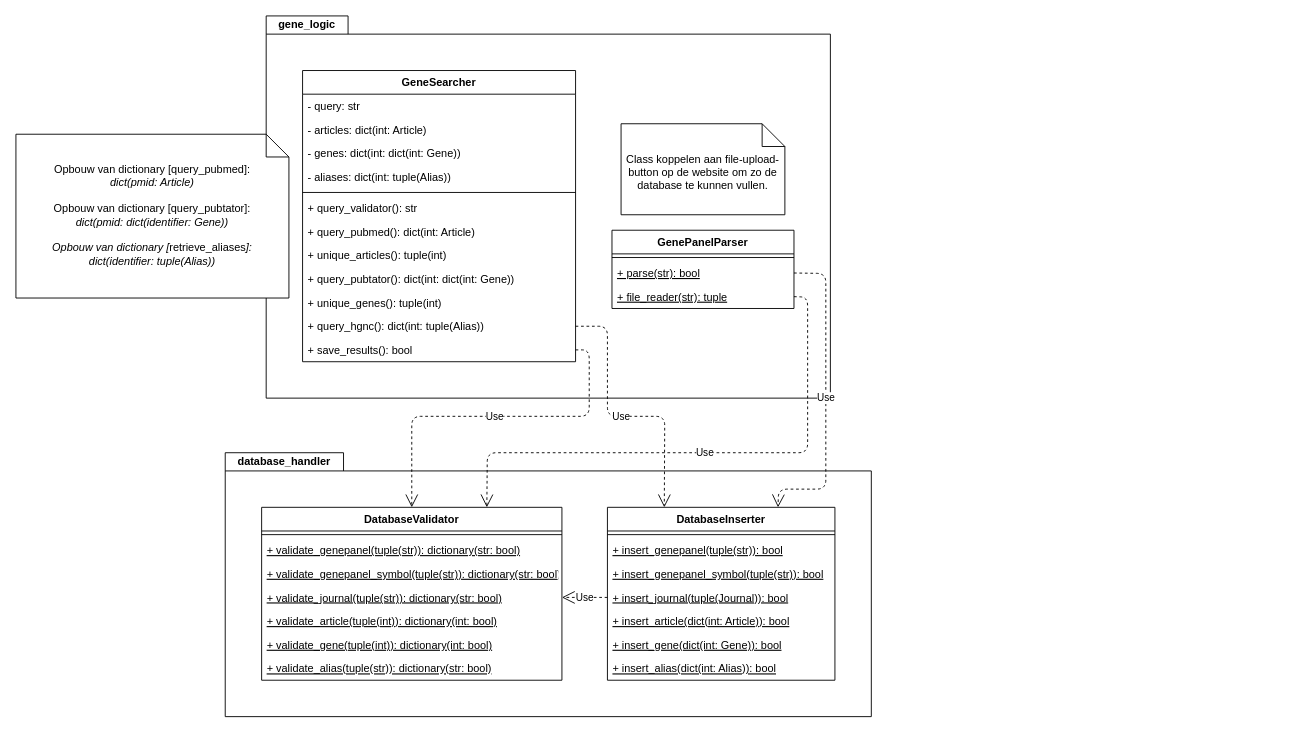
Before: UML class diagram.drawio in MaxNollet/j2_blk4_eindopdracht_flask, a draw.io diagram. Source tidied: cells renumbered, new cells numbered last; positions are measured from the earlier drawing's top-left corner, leaving out a move shared by most shapes. Both pictures are drawn from the tidied source at 91%, with x=0, y=0 at pixel (15, 15).
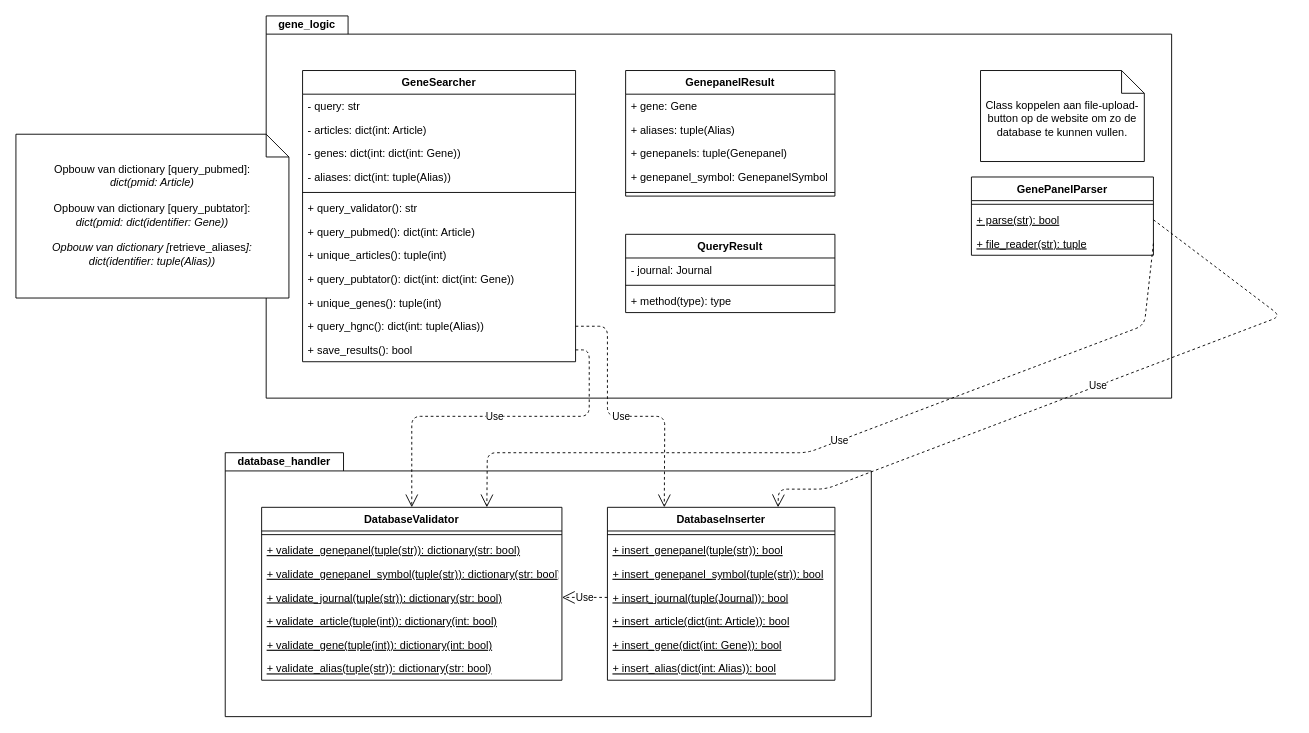
The same page after the edit.

Commit message:
Extra classes toegevoegd

Unchanged cells that the change refers to:
```xml
<mxCell id="4" value="DatabaseValidator" style="swimlane;fontStyle=1;align=center;verticalAlign=top;horizontal=1;startSize=26;" parent="2" vertex="1">
  <mxGeometry x="40" y="60" width="330" height="190" as="geometry" />
</mxCell>
<mxCell id="12" value="DatabaseInserter" style="swimlane;fontStyle=1;align=center;verticalAlign=top;horizontal=1;startSize=26;" parent="2" vertex="1">
  <mxGeometry x="420" y="60" width="250" height="190" as="geometry" />
</mxCell>
<mxCell id="35" value="+ query_hgnc(): dict(int: tuple(Alias))" style="text;strokeColor=none;fillColor=none;align=left;verticalAlign=top;spacingLeft=4;spacingRight=4;overflow=hidden;points=[[0,0.5],[1,0.5]];portConstraint=eastwest;fontStyle=0;" parent="24" vertex="1">
  <mxGeometry y="268" width="300" height="26" as="geometry" />
</mxCell>
<mxCell id="36" value="+ save_results(): bool" style="text;strokeColor=none;fillColor=none;align=left;verticalAlign=top;spacingLeft=4;spacingRight=4;overflow=hidden;points=[[0,0.5],[1,0.5]];portConstraint=eastwest;" parent="24" vertex="1">
  <mxGeometry y="294" width="300" height="26" as="geometry" />
</mxCell>
<mxCell id="41" value="+ parse(str): bool" style="text;strokeColor=none;fillColor=none;align=left;verticalAlign=top;spacingLeft=4;spacingRight=4;overflow=hidden;points=[[0,0.5],[1,0.5]];portConstraint=eastwest;fontStyle=4;" parent="39" vertex="1">
  <mxGeometry y="34" width="200" height="26" as="geometry" />
</mxCell>
<mxCell id="42" value="+ file_reader(str): tuple" style="text;strokeColor=none;fillColor=none;align=left;verticalAlign=top;spacingLeft=4;spacingRight=4;overflow=hidden;points=[[0,0.5],[1,0.5]];portConstraint=eastwest;fontStyle=4;" parent="39" vertex="1">
  <mxGeometry y="60" width="200" height="26" as="geometry" />
</mxCell>
```

Diff of the diagram source:
```diff
@@
+    <mxCell id="23" style="shape=folder;fontStyle=1;spacingTop=10;tabWidth=90;tabHeight=20;tabPosition=left;html=1;" parent="1" vertex="1">
+      <mxGeometry x="275" width="995" height="420" as="geometry" />
+    </mxCell>
@@
-    <mxCell id="22" style="group;" parent="1" vertex="1">
-      <mxGeometry x="275" width="620" height="420" as="geometry" />
-    </mxCell>
-    <mxCell id="23" style="shape=folder;fontStyle=1;spacingTop=10;tabWidth=90;tabHeight=20;tabPosition=left;html=1;" parent="22" vertex="1">
-      <mxGeometry width="620" height="420" as="geometry" />
-    </mxCell>
+    <mxCell id="44" value="Opbouw van dictionary [query_pubmed]:&lt;br&gt;&lt;i&gt;dict(pmid: Article)&lt;/i&gt;&lt;br&gt;&lt;br&gt;Opbouw van dictionary [query_pubtator]:&lt;br&gt;&lt;i&gt;dict(pmid: dict(identifier: Gene))&lt;br&gt;&lt;br&gt;Opbouw van dictionary [&lt;/i&gt;&lt;span style=&quot;text-align: left&quot;&gt;retrieve_aliases&lt;/span&gt;&lt;i&gt;]:&lt;br&gt;dict(identifier: tuple(Alias))&lt;br&gt;&lt;/i&gt;" style="shape=note2;boundedLbl=1;whiteSpace=wrap;html=1;size=25;verticalAlign=top;align=center;" parent="1" vertex="1">
+      <mxGeometry y="130" width="300" height="180" as="geometry" />
+    </mxCell>
+    <mxCell id="45" value="Use" style="endArrow=open;endSize=12;dashed=1;html=1;exitX=1;exitY=0.5;exitDx=0;exitDy=0;entryX=0.5;entryY=0;entryDx=0;entryDy=0;" parent="1" edge="1" source="36" target="4">
+      <mxGeometry relative="1" as="geometry">
+        <Array as="points">
+          <mxPoint x="630" y="367" />
+          <mxPoint x="630" y="440" />
+          <mxPoint x="435" y="440" />
+        </Array>
+      </mxGeometry>
+    </mxCell>
+    <mxCell id="46" value="Use" style="endArrow=open;endSize=12;dashed=1;html=1;exitX=1;exitY=0.5;exitDx=0;exitDy=0;entryX=0.25;entryY=0;entryDx=0;entryDy=0;" parent="1" edge="1" source="35" target="12">
+      <mxGeometry relative="1" as="geometry">
+        <Array as="points">
+          <mxPoint x="650" y="341" />
+          <mxPoint x="650" y="440" />
+          <mxPoint x="713" y="440" />
+        </Array>
+      </mxGeometry>
+    </mxCell>
+    <mxCell id="47" value="Use" style="endArrow=open;endSize=12;dashed=1;html=1;exitX=1;exitY=0.5;exitDx=0;exitDy=0;entryX=0.75;entryY=0;entryDx=0;entryDy=0;" parent="1" edge="1" source="42" target="4">
+      <mxGeometry relative="1" as="geometry">
+        <Array as="points">
+          <mxPoint x="1240" y="340" />
+          <mxPoint x="870" y="480" />
+          <mxPoint x="518" y="480" />
+        </Array>
+      </mxGeometry>
+    </mxCell>
+    <mxCell id="48" value="Use" style="endArrow=open;endSize=12;dashed=1;html=1;exitX=1;exitY=0.5;exitDx=0;exitDy=0;entryX=0.75;entryY=0;entryDx=0;entryDy=0;" parent="1" edge="1" source="41" target="12">
+      <mxGeometry relative="1" as="geometry">
+        <Array as="points">
+          <mxPoint x="1390" y="330" />
+          <mxPoint x="890" y="520" />
+          <mxPoint x="838" y="520" />
+        </Array>
+      </mxGeometry>
+    </mxCell>
-    <mxCell id="24" value="GeneSearcher" style="swimlane;fontStyle=1;align=center;verticalAlign=top;horizontal=1;startSize=26;" parent="22" vertex="1">
-      <mxGeometry x="40" y="60" width="300" height="320" as="geometry" />
+    <mxCell id="24" value="GeneSearcher" style="swimlane;fontStyle=1;align=center;verticalAlign=top;horizontal=1;startSize=26;" parent="1" vertex="1">
+      <mxGeometry x="315" y="60" width="300" height="320" as="geometry" />
     </mxCell>
@@
-    <mxCell id="37" value="gene_logic" style="text;html=1;strokeColor=none;fillColor=none;align=center;verticalAlign=middle;whiteSpace=wrap;rounded=0;fontStyle=1;" parent="22" vertex="1">
-      <mxGeometry width="90" height="20" as="geometry" />
+    <mxCell id="37" value="gene_logic" style="text;html=1;strokeColor=none;fillColor=none;align=center;verticalAlign=middle;whiteSpace=wrap;rounded=0;fontStyle=1;" parent="1" vertex="1">
+      <mxGeometry x="275" width="90" height="20" as="geometry" />
     </mxCell>
-    <mxCell id="38" style="group;" parent="22" vertex="1">
-      <mxGeometry x="380" y="118.5" width="200" height="203" as="geometry" />
-    </mxCell>
+    <mxCell id="49" value="GenepanelResult" style="swimlane;fontStyle=1;align=center;verticalAlign=top;horizontal=1;startSize=26;" parent="1" vertex="1">
+      <mxGeometry x="670" y="60" width="230" height="138" as="geometry" />
+    </mxCell>
+    <mxCell id="50" value="+ gene: Gene" style="text;strokeColor=none;fillColor=none;align=left;verticalAlign=top;spacingLeft=4;spacingRight=4;overflow=hidden;" parent="49" vertex="1">
+      <mxGeometry y="26" width="230" height="26" as="geometry" />
+    </mxCell>
+    <mxCell id="51" value="+ aliases: tuple(Alias)" style="text;strokeColor=none;fillColor=none;align=left;verticalAlign=top;spacingLeft=4;spacingRight=4;overflow=hidden;" parent="49" vertex="1">
+      <mxGeometry y="52" width="230" height="26" as="geometry" />
+    </mxCell>
+    <mxCell id="52" value="+ genepanels: tuple(Genepanel)" style="text;strokeColor=none;fillColor=none;align=left;verticalAlign=top;spacingLeft=4;spacingRight=4;overflow=hidden;" parent="49" vertex="1">
+      <mxGeometry y="78" width="230" height="26" as="geometry" />
+    </mxCell>
+    <mxCell id="53" value="+ genepanel_symbol: GenepanelSymbol" style="text;strokeColor=none;fillColor=none;align=left;verticalAlign=top;spacingLeft=4;spacingRight=4;overflow=hidden;" parent="49" vertex="1">
+      <mxGeometry y="104" width="230" height="26" as="geometry" />
+    </mxCell>
+    <mxCell id="54" style="line;strokeWidth=1;fillColor=none;align=left;verticalAlign=middle;spacingTop=-1;spacingLeft=3;spacingRight=3;labelPosition=right;" parent="49" vertex="1">
+      <mxGeometry y="130" width="230" height="8" as="geometry" />
+    </mxCell>
-    <mxCell id="39" value="GenePanelParser" style="swimlane;fontStyle=1;align=center;verticalAlign=top;horizontal=1;startSize=26;" parent="38" vertex="1">
-      <mxGeometry y="117" width="200" height="86" as="geometry" />
+    <mxCell id="39" value="GenePanelParser" style="swimlane;fontStyle=1;align=center;verticalAlign=top;horizontal=1;startSize=26;" parent="1" vertex="1">
+      <mxGeometry x="1050" y="177" width="200" height="86" as="geometry" />
     </mxCell>
@@
-    <mxCell id="43" value="&lt;span style=&quot;text-align: left&quot;&gt;Class koppelen aan file-upload-button op de website om zo de database te kunnen vullen.&lt;/span&gt;" style="shape=note2;boundedLbl=1;whiteSpace=wrap;html=1;size=25;verticalAlign=top;align=center;" parent="38" vertex="1">
-      <mxGeometry x="10" width="180" height="100" as="geometry" />
+    <mxCell id="43" value="&lt;span style=&quot;text-align: left&quot;&gt;Class koppelen aan file-upload-button op de website om zo de database te kunnen vullen.&lt;/span&gt;" style="shape=note2;boundedLbl=1;whiteSpace=wrap;html=1;size=25;verticalAlign=top;align=center;" parent="1" vertex="1">
+      <mxGeometry x="1060" y="60" width="180" height="100" as="geometry" />
     </mxCell>
-    <mxCell id="44" value="Opbouw van dictionary [query_pubmed]:&lt;br&gt;&lt;i&gt;dict(pmid: Article)&lt;/i&gt;&lt;br&gt;&lt;br&gt;Opbouw van dictionary [query_pubtator]:&lt;br&gt;&lt;i&gt;dict(pmid: dict(identifier: Gene))&lt;br&gt;&lt;br&gt;Opbouw van dictionary [&lt;/i&gt;&lt;span style=&quot;text-align: left&quot;&gt;retrieve_aliases&lt;/span&gt;&lt;i&gt;]:&lt;br&gt;dict(identifier: tuple(Alias))&lt;br&gt;&lt;/i&gt;" style="shape=note2;boundedLbl=1;whiteSpace=wrap;html=1;size=25;verticalAlign=top;align=center;" parent="1" vertex="1">
-      <mxGeometry y="130" width="300" height="180" as="geometry" />
-    </mxCell>
-    <mxCell id="45" value="Use" style="endArrow=open;endSize=12;dashed=1;html=1;exitX=1;exitY=0.5;exitDx=0;exitDy=0;entryX=0.5;entryY=0;entryDx=0;entryDy=0;" parent="1" edge="1" source="36" target="4">
-      <mxGeometry relative="1" as="geometry">
-        <Array as="points">
-          <mxPoint x="630" y="367" />
-          <mxPoint x="630" y="440" />
-          <mxPoint x="435" y="440" />
-        </Array>
-      </mxGeometry>
-    </mxCell>
-    <mxCell id="46" value="Use" style="endArrow=open;endSize=12;dashed=1;html=1;exitX=1;exitY=0.5;exitDx=0;exitDy=0;entryX=0.25;entryY=0;entryDx=0;entryDy=0;" parent="1" edge="1" source="35" target="12">
-      <mxGeometry relative="1" as="geometry">
-        <Array as="points">
-          <mxPoint x="650" y="341" />
-          <mxPoint x="650" y="440" />
-          <mxPoint x="713" y="440" />
-        </Array>
-      </mxGeometry>
-    </mxCell>
-    <mxCell id="47" value="Use" style="endArrow=open;endSize=12;dashed=1;html=1;exitX=1;exitY=0.5;exitDx=0;exitDy=0;entryX=0.75;entryY=0;entryDx=0;entryDy=0;" parent="1" edge="1" source="42" target="4">
-      <mxGeometry relative="1" as="geometry">
-        <Array as="points">
-          <mxPoint x="870" y="309" />
-          <mxPoint x="870" y="480" />
-          <mxPoint x="518" y="480" />
-        </Array>
-      </mxGeometry>
-    </mxCell>
-    <mxCell id="48" value="Use" style="endArrow=open;endSize=12;dashed=1;html=1;exitX=1;exitY=0.5;exitDx=0;exitDy=0;entryX=0.75;entryY=0;entryDx=0;entryDy=0;" parent="1" edge="1" source="41" target="12">
-      <mxGeometry relative="1" as="geometry">
-        <Array as="points">
-          <mxPoint x="890" y="283" />
-          <mxPoint x="890" y="520" />
-          <mxPoint x="838" y="520" />
-        </Array>
-      </mxGeometry>
-    </mxCell>
+    <mxCell id="55" value="QueryResult" style="swimlane;fontStyle=1;align=center;verticalAlign=top;horizontal=1;startSize=26;" parent="1" vertex="1">
+      <mxGeometry x="670" y="240" width="230" height="86" as="geometry" />
+    </mxCell>
+    <mxCell id="56" value="- journal: Journal" style="text;strokeColor=none;fillColor=none;align=left;verticalAlign=top;spacingLeft=4;spacingRight=4;overflow=hidden;" parent="55" vertex="1">
+      <mxGeometry y="26" width="230" height="26" as="geometry" />
+    </mxCell>
+    <mxCell id="57" style="line;strokeWidth=1;fillColor=none;align=left;verticalAlign=middle;spacingTop=-1;spacingLeft=3;spacingRight=3;labelPosition=right;" parent="55" vertex="1">
+      <mxGeometry y="52" width="230" height="8" as="geometry" />
+    </mxCell>
+    <mxCell id="58" value="+ method(type): type" style="text;strokeColor=none;fillColor=none;align=left;verticalAlign=top;spacingLeft=4;spacingRight=4;overflow=hidden;" parent="55" vertex="1">
+      <mxGeometry y="60" width="230" height="26" as="geometry" />
+    </mxCell>
```
